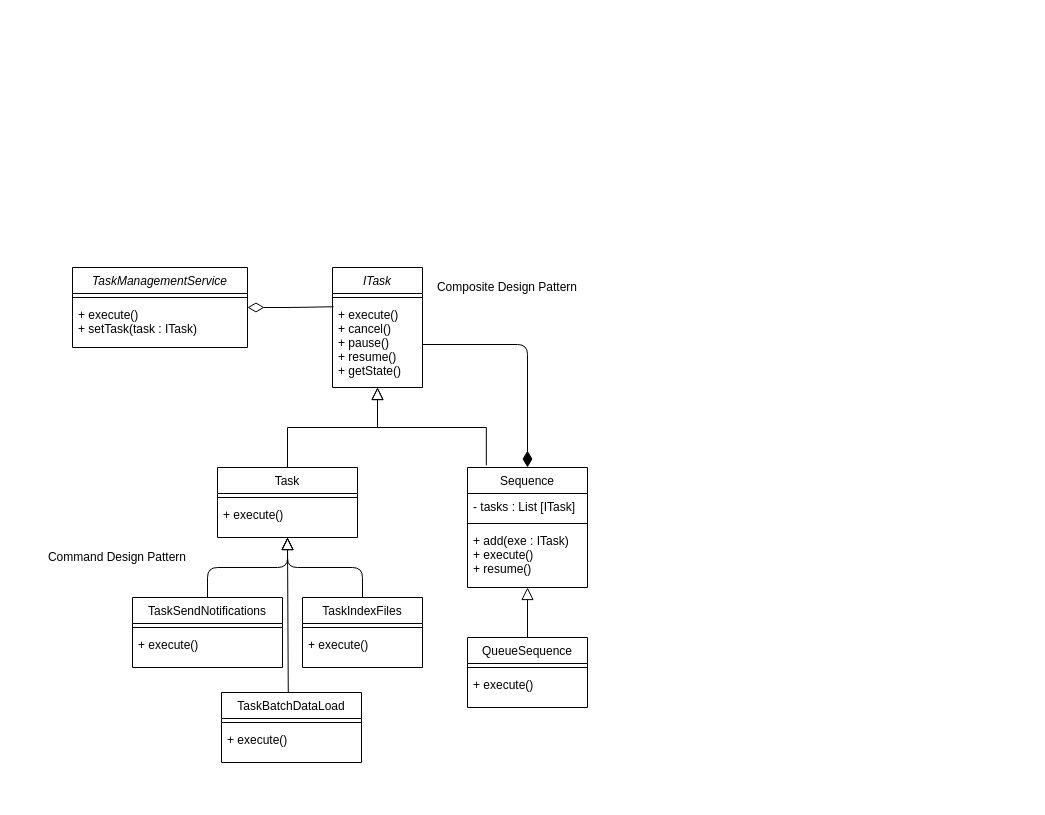
Above: design/TaskManagementService.drawio in cguz/task-management-service (draw.io), before the change. Source tidied: cells renumbered, new cells numbered last; positions are measured from the earlier drawing's top-left corner, leaving out a move shared by most shapes. Both pictures are drawn from the tidied source at 100%, with x=0, y=0 at pixel (37, 267).
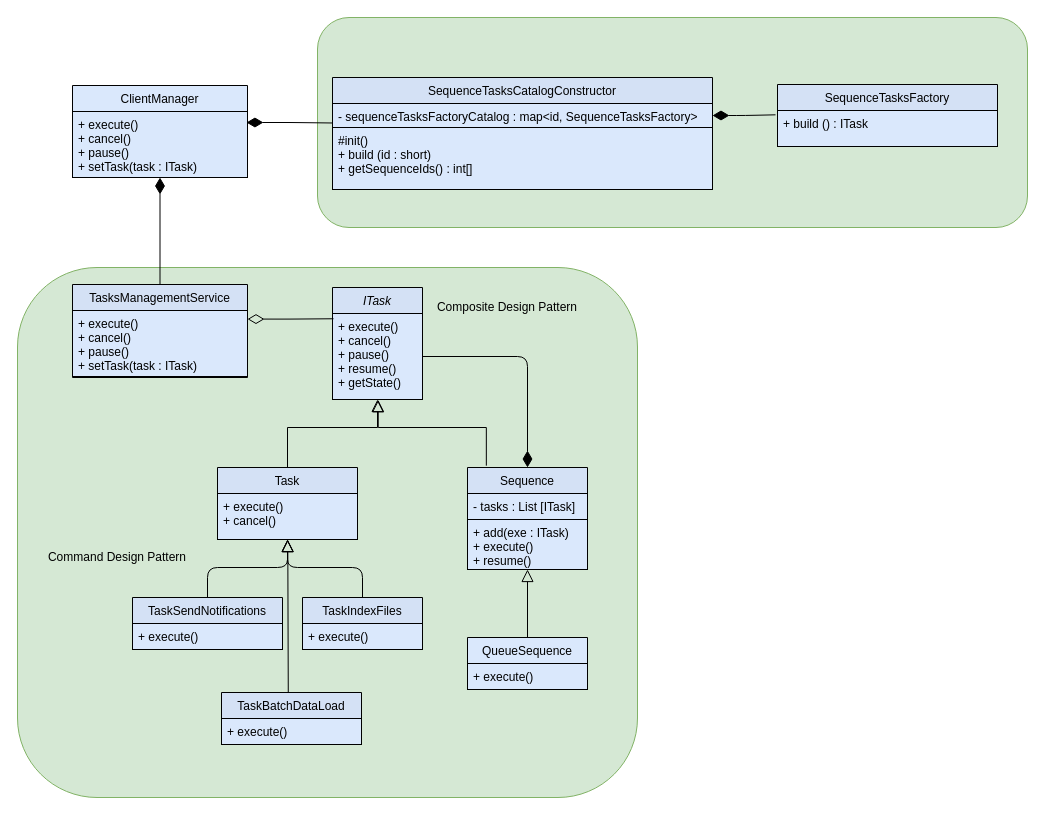
After the change.

The edit, as a diff of the source:
```diff
@@
+    <mxCell id="37" style="rounded=1;whiteSpace=wrap;html=1;fillColor=#d5e8d4;strokeColor=#82b366;" parent="1" vertex="1">
+      <mxGeometry x="-20" width="620" height="530" as="geometry" />
+    </mxCell>
+    <mxCell id="38" style="rounded=1;whiteSpace=wrap;html=1;fillColor=#d5e8d4;strokeColor=#82b366;" parent="1" vertex="1">
+      <mxGeometry x="280" y="-250" width="710" height="210" as="geometry" />
+    </mxCell>
-    <mxCell id="2" value="ITask" style="swimlane;fontStyle=2;align=center;verticalAlign=top;horizontal=1;startSize=26;rounded=0;shadow=0;strokeWidth=1;" parent="1" vertex="1">
-      <mxGeometry x="295" width="90" height="120" as="geometry" />
+    <mxCell id="2" value="ITask" style="swimlane;fontStyle=2;align=center;verticalAlign=top;horizontal=1;startSize=26;rounded=0;shadow=0;strokeWidth=1;fillColor=#D4E1F5;" parent="1" vertex="1">
+      <mxGeometry x="295" y="20" width="90" height="112" as="geometry" />
     </mxCell>
-    <mxCell id="3" style="line;html=1;strokeWidth=1;align=left;verticalAlign=middle;spacingTop=-1;spacingLeft=3;spacingRight=3;labelPosition=right;" parent="2" vertex="1">
-      <mxGeometry y="26" width="90" height="8" as="geometry" />
-    </mxCell>
-    <mxCell id="4" value="+ execute()&#10;+ cancel()&#10;+ pause()&#10;+ resume()&#10;+ getState()" style="text;align=left;verticalAlign=top;spacingLeft=4;spacingRight=4;overflow=hidden;points=[[0,0.5],[1,0.5]];portConstraint=eastwest;" parent="2" vertex="1">
-      <mxGeometry y="34" width="90" height="86" as="geometry" />
+    <mxCell id="4" value="+ execute()&#10;+ cancel()&#10;+ pause()&#10;+ resume()&#10;+ getState()" style="text;align=left;verticalAlign=top;spacingLeft=4;spacingRight=4;overflow=hidden;points=[[0,0.5],[1,0.5]];portConstraint=eastwest;fillColor=#dae8fc;strokeColor=#000000;" parent="2" vertex="1">
+      <mxGeometry y="26" width="90" height="86" as="geometry" />
     </mxCell>
-    <mxCell id="5" value="Task" style="swimlane;fontStyle=0;align=center;verticalAlign=top;horizontal=1;startSize=26;rounded=0;shadow=0;strokeWidth=1;" parent="1" vertex="1">
-      <mxGeometry x="180" y="200" width="140" height="70" as="geometry" />
+    <mxCell id="5" value="Task" style="swimlane;fontStyle=0;align=center;verticalAlign=top;horizontal=1;startSize=26;rounded=0;shadow=0;strokeWidth=1;fillColor=#D4E1F5;" parent="1" vertex="1">
+      <mxGeometry x="180" y="200" width="140" height="72" as="geometry" />
     </mxCell>
-    <mxCell id="6" style="line;html=1;strokeWidth=1;align=left;verticalAlign=middle;spacingTop=-1;spacingLeft=3;spacingRight=3;labelPosition=right;" parent="5" vertex="1">
-      <mxGeometry y="26" width="140" height="8" as="geometry" />
-    </mxCell>
-    <mxCell id="7" value="+ execute()" style="text;align=left;verticalAlign=top;spacingLeft=4;spacingRight=4;overflow=hidden;points=[[0,0.5],[1,0.5]];portConstraint=eastwest;fontStyle=0;" parent="5" vertex="1">
-      <mxGeometry y="34" width="140" height="26" as="geometry" />
+    <mxCell id="7" value="+ execute()&#10;+ cancel()" style="text;align=left;verticalAlign=top;spacingLeft=4;spacingRight=4;overflow=hidden;points=[[0,0.5],[1,0.5]];portConstraint=eastwest;fontStyle=0;fillColor=#dae8fc;strokeColor=#000000;" parent="5" vertex="1">
+      <mxGeometry y="26" width="140" height="46" as="geometry" />
     </mxCell>
     <mxCell id="8" style="endArrow=block;endSize=10;endFill=0;shadow=0;strokeWidth=1;rounded=0;edgeStyle=elbowEdgeStyle;elbow=vertical;" parent="1" edge="1" source="5" target="2">
-      <mxGeometry relative="1" as="geometry" />
+      <mxGeometry relative="1" as="geometry">
+        <Array as="points">
+          <mxPoint x="250" y="160" />
+        </Array>
+      </mxGeometry>
     </mxCell>
-    <mxCell id="9" value="TaskIndexFiles" style="swimlane;fontStyle=0;align=center;verticalAlign=top;horizontal=1;startSize=26;rounded=0;shadow=0;strokeWidth=1;" parent="1" vertex="1">
-      <mxGeometry x="265" y="330" width="120" height="70" as="geometry" />
+    <mxCell id="9" value="TaskIndexFiles" style="swimlane;fontStyle=0;align=center;verticalAlign=top;horizontal=1;startSize=26;rounded=0;shadow=0;strokeWidth=1;fillColor=#D4E1F5;" parent="1" vertex="1">
+      <mxGeometry x="265" y="330" width="120" height="52" as="geometry" />
     </mxCell>
-    <mxCell id="10" style="line;html=1;strokeWidth=1;align=left;verticalAlign=middle;spacingTop=-1;spacingLeft=3;spacingRight=3;labelPosition=right;" parent="9" vertex="1">
-      <mxGeometry y="26" width="120" height="8" as="geometry" />
-    </mxCell>
-    <mxCell id="11" value="+ execute()" style="text;align=left;verticalAlign=top;spacingLeft=4;spacingRight=4;overflow=hidden;fontStyle=0;" parent="9" vertex="1">
-      <mxGeometry y="34" width="120" height="26" as="geometry" />
+    <mxCell id="11" value="+ execute()" style="text;align=left;verticalAlign=top;spacingLeft=4;spacingRight=4;overflow=hidden;fontStyle=0;fillColor=#dae8fc;strokeColor=#000000;" parent="9" vertex="1">
+      <mxGeometry y="26" width="120" height="26" as="geometry" />
     </mxCell>
-    <mxCell id="12" style="endArrow=block;endSize=10;endFill=0;shadow=0;strokeWidth=1;rounded=0;edgeStyle=elbowEdgeStyle;elbow=vertical;exitX=0.157;exitY=-0.018;exitDx=0;exitDy=0;exitPerimeter=0;" parent="1" edge="1" source="17" target="2">
-      <mxGeometry relative="1" as="geometry">
-        <Array as="points">
-          <mxPoint x="430" y="160" />
-        </Array>
-      </mxGeometry>
-    </mxCell>
-    <mxCell id="13" value="TaskSendNotifications" style="swimlane;fontStyle=0;align=center;verticalAlign=top;horizontal=1;startSize=26;rounded=0;shadow=0;strokeWidth=1;" parent="1" vertex="1">
-      <mxGeometry x="95" y="330" width="150" height="70" as="geometry" />
+    <mxCell id="13" value="TaskSendNotifications" style="swimlane;fontStyle=0;align=center;verticalAlign=top;horizontal=1;startSize=26;rounded=0;shadow=0;strokeWidth=1;fillColor=#D4E1F5;" parent="1" vertex="1">
+      <mxGeometry x="95" y="330" width="150" height="52" as="geometry" />
     </mxCell>
-    <mxCell id="14" style="line;html=1;strokeWidth=1;align=left;verticalAlign=middle;spacingTop=-1;spacingLeft=3;spacingRight=3;labelPosition=right;" parent="13" vertex="1">
-      <mxGeometry y="26" width="150" height="8" as="geometry" />
-    </mxCell>
-    <mxCell id="15" value="+ execute()" style="text;align=left;verticalAlign=top;spacingLeft=4;spacingRight=4;overflow=hidden;fontStyle=0;" parent="13" vertex="1">
-      <mxGeometry y="34" width="150" height="26" as="geometry" />
+    <mxCell id="15" value="+ execute()" style="text;align=left;verticalAlign=top;spacingLeft=4;spacingRight=4;overflow=hidden;fontStyle=0;fillColor=#dae8fc;strokeColor=#000000;" parent="13" vertex="1">
+      <mxGeometry y="26" width="150" height="26" as="geometry" />
     </mxCell>
@@
-    <mxCell id="17" value="Sequence" style="swimlane;fontStyle=0;align=center;verticalAlign=top;horizontal=1;startSize=26;rounded=0;shadow=0;strokeWidth=1;" parent="1" vertex="1">
-      <mxGeometry x="430" y="200" width="120" height="120" as="geometry" />
+    <mxCell id="17" value="Sequence" style="swimlane;fontStyle=0;align=center;verticalAlign=top;horizontal=1;startSize=26;rounded=0;shadow=0;strokeWidth=1;fillColor=#D4E1F5;" parent="1" vertex="1">
+      <mxGeometry x="430" y="200" width="120" height="102" as="geometry" />
     </mxCell>
-    <mxCell id="18" value="- tasks : List [ITask]" style="text;align=left;verticalAlign=top;spacingLeft=4;spacingRight=4;overflow=hidden;fontStyle=0;" parent="17" vertex="1">
+    <mxCell id="18" value="- tasks : List [ITask]" style="text;align=left;verticalAlign=top;spacingLeft=4;spacingRight=4;overflow=hidden;fontStyle=0;fillColor=#dae8fc;strokeColor=#000000;" parent="17" vertex="1">
       <mxGeometry y="26" width="120" height="26" as="geometry" />
     </mxCell>
-    <mxCell id="19" style="line;html=1;strokeWidth=1;align=left;verticalAlign=middle;spacingTop=-1;spacingLeft=3;spacingRight=3;labelPosition=right;" parent="17" vertex="1">
-      <mxGeometry y="52" width="120" height="8" as="geometry" />
-    </mxCell>
-    <mxCell id="20" value="+ add(exe : ITask)&#10;+ execute()&#10;+ resume()&#10;" style="text;align=left;verticalAlign=top;spacingLeft=4;spacingRight=4;overflow=hidden;fontStyle=0;" parent="17" vertex="1">
-      <mxGeometry y="60" width="120" height="50" as="geometry" />
+    <mxCell id="20" value="+ add(exe : ITask)&#10;+ execute()&#10;+ resume()&#10;" style="text;align=left;verticalAlign=top;spacingLeft=4;spacingRight=4;overflow=hidden;fontStyle=0;fillColor=#dae8fc;strokeColor=#000000;" parent="17" vertex="1">
+      <mxGeometry y="52" width="120" height="50" as="geometry" />
     </mxCell>
-    <mxCell id="21" value="QueueSequence" style="swimlane;fontStyle=0;align=center;verticalAlign=top;horizontal=1;startSize=26;rounded=0;shadow=0;strokeWidth=1;" parent="1" vertex="1">
-      <mxGeometry x="430" y="370" width="120" height="70" as="geometry" />
+    <mxCell id="21" value="QueueSequence" style="swimlane;fontStyle=0;align=center;verticalAlign=top;horizontal=1;startSize=26;rounded=0;shadow=0;strokeWidth=1;fillColor=#dae8fc;" parent="1" vertex="1">
+      <mxGeometry x="430" y="370" width="120" height="52" as="geometry" />
     </mxCell>
-    <mxCell id="22" style="line;html=1;strokeWidth=1;align=left;verticalAlign=middle;spacingTop=-1;spacingLeft=3;spacingRight=3;labelPosition=right;" parent="21" vertex="1">
-      <mxGeometry y="26" width="120" height="8" as="geometry" />
-    </mxCell>
-    <mxCell id="23" value="+ execute()" style="text;align=left;verticalAlign=top;spacingLeft=4;spacingRight=4;overflow=hidden;fontStyle=0;" parent="21" vertex="1">
-      <mxGeometry y="34" width="120" height="26" as="geometry" />
+    <mxCell id="23" value="+ execute()" style="text;align=left;verticalAlign=top;spacingLeft=4;spacingRight=4;overflow=hidden;fontStyle=0;fillColor=#dae8fc;strokeColor=#000000;" parent="21" vertex="1">
+      <mxGeometry y="26" width="120" height="26" as="geometry" />
     </mxCell>
@@
     <mxCell id="27" value="Composite Design Pattern" style="text;html=1;strokeColor=none;fillColor=none;align=center;verticalAlign=middle;whiteSpace=wrap;rounded=0;" parent="1" vertex="1">
-      <mxGeometry x="390" y="10" width="160" height="20" as="geometry" />
+      <mxGeometry x="390" y="30" width="160" height="20" as="geometry" />
     </mxCell>
@@
-    <mxCell id="29" value="TaskBatchDataLoad" style="swimlane;fontStyle=0;align=center;verticalAlign=top;horizontal=1;startSize=26;rounded=0;shadow=0;strokeWidth=1;" parent="1" vertex="1">
-      <mxGeometry x="184" y="425" width="140" height="70" as="geometry" />
+    <mxCell id="29" value="TaskBatchDataLoad" style="swimlane;fontStyle=0;align=center;verticalAlign=top;horizontal=1;startSize=26;rounded=0;shadow=0;strokeWidth=1;fillColor=#D4E1F5;" parent="1" vertex="1">
+      <mxGeometry x="184" y="425" width="140" height="52" as="geometry" />
     </mxCell>
-    <mxCell id="30" style="line;html=1;strokeWidth=1;align=left;verticalAlign=middle;spacingTop=-1;spacingLeft=3;spacingRight=3;labelPosition=right;" parent="29" vertex="1">
-      <mxGeometry y="26" width="140" height="8" as="geometry" />
-    </mxCell>
-    <mxCell id="31" value="+ execute()" style="text;align=left;verticalAlign=top;spacingLeft=4;spacingRight=4;overflow=hidden;fontStyle=0;" parent="29" vertex="1">
-      <mxGeometry y="34" width="140" height="26" as="geometry" />
+    <mxCell id="31" value="+ execute()" style="text;align=left;verticalAlign=top;spacingLeft=4;spacingRight=4;overflow=hidden;fontStyle=0;fillColor=#dae8fc;strokeColor=#000000;" parent="29" vertex="1">
+      <mxGeometry y="26" width="140" height="26" as="geometry" />
     </mxCell>
-    <mxCell id="32" style="endArrow=block;endSize=10;endFill=0;html=1;exitX=0.477;exitY=-0.002;exitDx=0;exitDy=0;exitPerimeter=0;" parent="1" edge="1" source="29">
-      <mxGeometry relative="1" as="geometry">
-        <mxPoint x="250" y="270" as="targetPoint" />
-      </mxGeometry>
+    <mxCell id="32" style="endArrow=block;endSize=10;endFill=0;html=1;exitX=0.477;exitY=-0.002;exitDx=0;exitDy=0;exitPerimeter=0;entryX=0.502;entryY=1.004;entryDx=0;entryDy=0;entryPerimeter=0;" parent="1" edge="1" source="29" target="7">
+      <mxGeometry relative="1" as="geometry" />
     </mxCell>
-    <mxCell id="33" value="TaskManagementService" style="swimlane;fontStyle=2;align=center;verticalAlign=top;horizontal=1;startSize=26;rounded=0;shadow=0;strokeWidth=1;" parent="1" vertex="1">
-      <mxGeometry x="35" width="175" height="80" as="geometry" />
+    <mxCell id="33" value="TasksManagementService" style="swimlane;fontStyle=0;align=center;verticalAlign=top;horizontal=1;startSize=26;rounded=0;shadow=0;strokeWidth=1;fillColor=#D4E1F5;" parent="1" vertex="1">
+      <mxGeometry x="35" y="17" width="175" height="93" as="geometry" />
     </mxCell>
-    <mxCell id="34" style="line;html=1;strokeWidth=1;align=left;verticalAlign=middle;spacingTop=-1;spacingLeft=3;spacingRight=3;labelPosition=right;" parent="33" vertex="1">
-      <mxGeometry y="26" width="175" height="8" as="geometry" />
-    </mxCell>
-    <mxCell id="35" value="+ execute()&#10;+ setTask(task : ITask)" style="text;align=left;verticalAlign=top;spacingLeft=4;spacingRight=4;overflow=hidden;points=[[0,0.5],[1,0.5]];portConstraint=eastwest;" parent="33" vertex="1">
-      <mxGeometry y="34" width="175" height="46" as="geometry" />
+    <mxCell id="35" value="+ execute()&#10;+ cancel()&#10;+ pause()&#10;+ setTask(task : ITask)" style="text;align=left;verticalAlign=top;spacingLeft=4;spacingRight=4;overflow=hidden;points=[[0,0.5],[1,0.5]];portConstraint=eastwest;fillColor=#dae8fc;strokeColor=#000000;" parent="33" vertex="1">
+      <mxGeometry y="26" width="175" height="66" as="geometry" />
     </mxCell>
@@
+    <mxCell id="39" value="ClientManager" style="swimlane;fontStyle=0;align=center;verticalAlign=top;horizontal=1;startSize=26;rounded=0;shadow=0;strokeWidth=1;fillColor=#dae8fc;" parent="1" vertex="1">
+      <mxGeometry x="35" y="-182" width="175" height="92" as="geometry" />
+    </mxCell>
+    <mxCell id="40" value="+ execute()&#10;+ cancel()&#10;+ pause()&#10;+ setTask(task : ITask)" style="text;align=left;verticalAlign=top;spacingLeft=4;spacingRight=4;overflow=hidden;points=[[0,0.5],[1,0.5]];portConstraint=eastwest;fillColor=#dae8fc;strokeColor=#000000;" parent="39" vertex="1">
+      <mxGeometry y="26" width="175" height="66" as="geometry" />
+    </mxCell>
+    <mxCell id="41" value="SequenceTasksCatalogConstructor" style="swimlane;fontStyle=0;align=center;verticalAlign=top;horizontal=1;startSize=26;rounded=0;shadow=0;strokeWidth=1;fillColor=#D4E1F5;" parent="1" vertex="1">
+      <mxGeometry x="295" y="-190" width="380" height="112" as="geometry" />
+    </mxCell>
+    <mxCell id="42" value="- sequenceTasksFactoryCatalog : map&lt;id, SequenceTasksFactory&gt;&#10;" style="text;align=left;verticalAlign=top;spacingLeft=4;spacingRight=4;overflow=hidden;points=[[0,0.5],[1,0.5]];portConstraint=eastwest;fillColor=#dae8fc;strokeColor=#000000;" parent="41" vertex="1">
+      <mxGeometry y="26" width="380" height="24" as="geometry" />
+    </mxCell>
+    <mxCell id="43" value="#init()&#10;+ build (id : short)&#10;+ getSequenceIds() : int[]&#10;" style="text;align=left;verticalAlign=top;spacingLeft=4;spacingRight=4;overflow=hidden;fillColor=#dae8fc;strokeColor=#000000;" parent="41" vertex="1">
+      <mxGeometry y="50" width="380" height="62" as="geometry" />
+    </mxCell>
+    <mxCell id="44" value="SequenceTasksFactory" style="swimlane;fontStyle=0;align=center;verticalAlign=top;horizontal=1;startSize=26;rounded=0;shadow=0;strokeWidth=1;fillColor=#D4E1F5;" parent="1" vertex="1">
+      <mxGeometry x="740" y="-183" width="220" height="62" as="geometry" />
+    </mxCell>
+    <mxCell id="45" value="+ build () : ITask&#10;" style="text;align=left;verticalAlign=top;spacingLeft=4;spacingRight=4;overflow=hidden;points=[[0,0.5],[1,0.5]];portConstraint=eastwest;fillColor=#dae8fc;strokeColor=#000000;" parent="44" vertex="1">
+      <mxGeometry y="26" width="220" height="36" as="geometry" />
+    </mxCell>
+    <mxCell id="46" style="endArrow=none;html=1;endSize=12;startArrow=diamondThin;startSize=14;startFill=1;edgeStyle=orthogonalEdgeStyle;align=left;verticalAlign=bottom;entryX=0.5;entryY=0;entryDx=0;entryDy=0;endFill=0;exitX=0.5;exitY=1;exitDx=0;exitDy=0;exitPerimeter=0;" parent="1" edge="1" source="40" target="33">
+      <mxGeometry x="-1" y="3" relative="1" as="geometry" />
+    </mxCell>
+    <mxCell id="47" style="endArrow=none;html=1;endSize=12;startArrow=diamondThin;startSize=14;startFill=1;edgeStyle=orthogonalEdgeStyle;align=left;verticalAlign=bottom;endFill=0;exitX=0.994;exitY=0.167;exitDx=0;exitDy=0;exitPerimeter=0;entryX=0.001;entryY=0.812;entryDx=0;entryDy=0;entryPerimeter=0;" parent="1" edge="1" source="40" target="42">
+      <mxGeometry x="-1" y="3" relative="1" as="geometry" />
+    </mxCell>
+    <mxCell id="48" style="endArrow=none;html=1;endSize=12;startArrow=diamondThin;startSize=14;startFill=1;edgeStyle=orthogonalEdgeStyle;align=left;verticalAlign=bottom;endFill=0;entryX=-0.009;entryY=0.12;entryDx=0;entryDy=0;entryPerimeter=0;" parent="1" edge="1" source="42" target="45">
+      <mxGeometry x="-1" y="3" relative="1" as="geometry" />
+    </mxCell>
+    <mxCell id="49" style="endArrow=block;endSize=10;endFill=0;shadow=0;strokeWidth=1;rounded=0;edgeStyle=elbowEdgeStyle;elbow=vertical;exitX=0.157;exitY=-0.018;exitDx=0;exitDy=0;exitPerimeter=0;entryX=0.508;entryY=1.003;entryDx=0;entryDy=0;entryPerimeter=0;" parent="1" edge="1" source="17" target="4">
+      <mxGeometry relative="1" as="geometry">
+        <Array as="points">
+          <mxPoint x="400" y="160" />
+        </Array>
+      </mxGeometry>
+    </mxCell>
```
